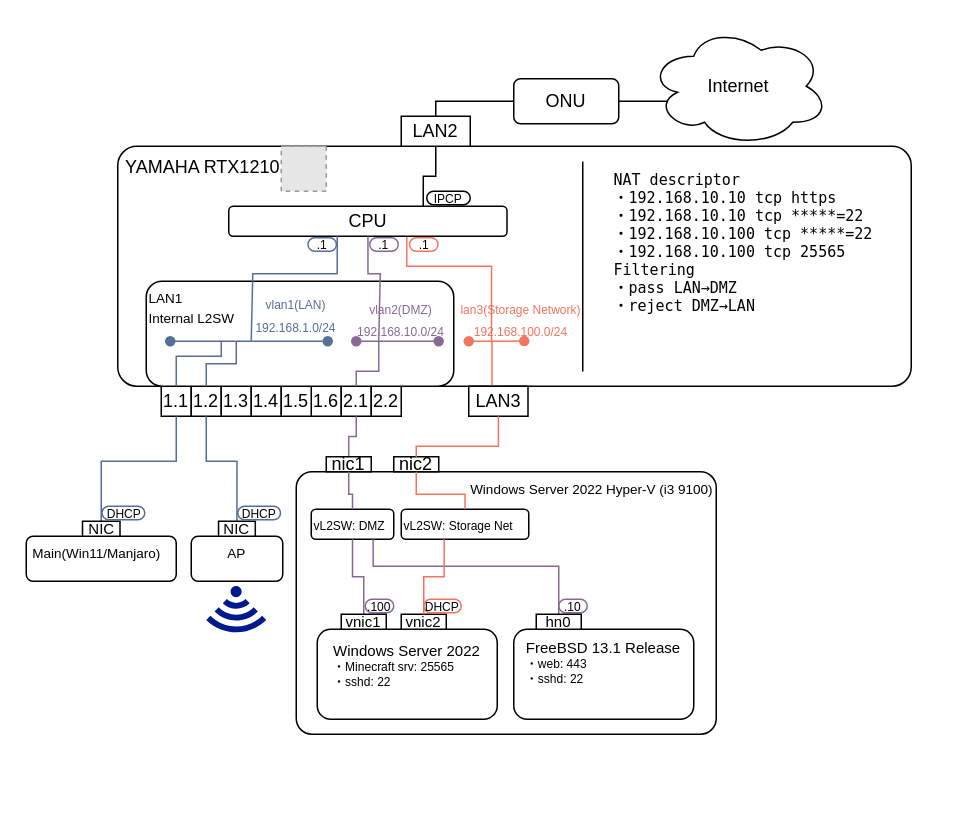
Above: img/homeRTX.drawio in skpub/portfolio_sato_kaito (draw.io), before the change. Source tidied: cells renumbered, new cells numbered last; positions are measured from the earlier drawing's top-left corner, leaving out a move shared by most shapes. Both pictures are drawn from the tidied source at 150%, with x=0, y=0 at pixel (26, 26). Pictures stored in the file or linked from it are replaced by grey dashed boxes.
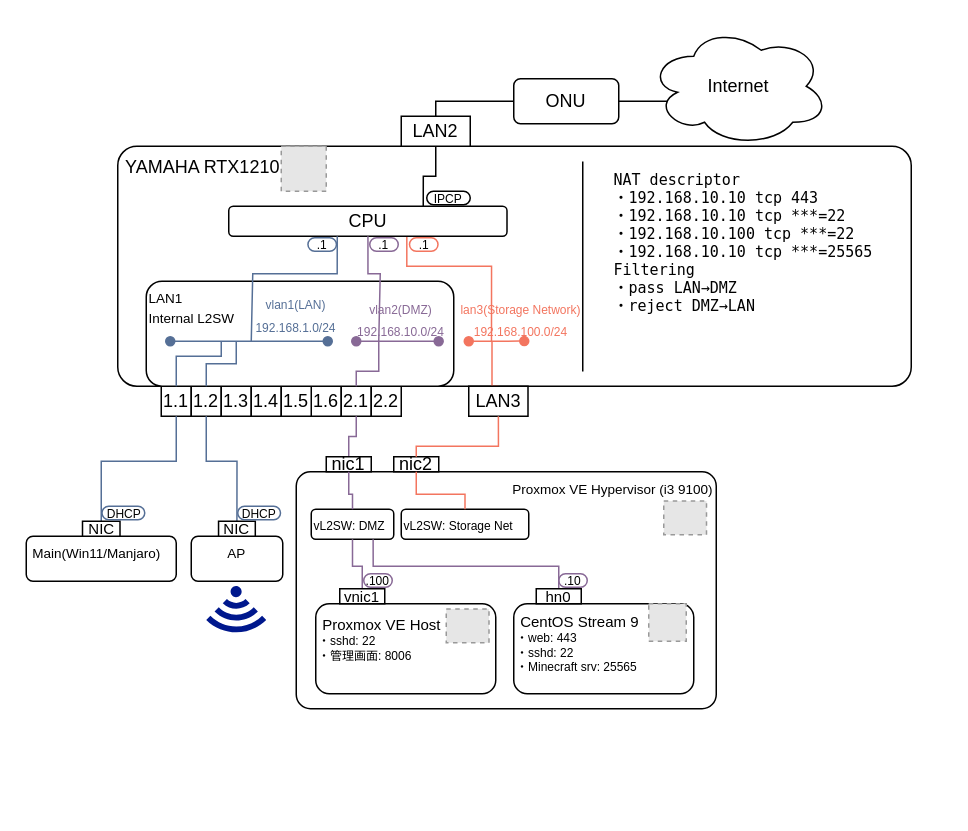
The same page after the edit.

Commit message (it also covers changes not shown here):
できることページにおいて、文章をちょっと追加してネットワーク図のロゴを追加した。

Unchanged cells that the change refers to:
```xml
<mxCell id="55" value="&lt;div style=&quot;font-size: 10px;&quot; align=&quot;left&quot;&gt;&lt;font style=&quot;font-size: 8px;&quot;&gt;vL2SW: DMZ&lt;/font&gt;&lt;/div&gt;" style="rounded=1;whiteSpace=wrap;html=1;align=left;" parent="54" vertex="1">
  <mxGeometry width="55" height="20" as="geometry" />
</mxCell>
<mxCell id="66" value="&lt;font style=&quot;font-size: 8px;&quot;&gt;vL2SW: Storage Net&lt;br&gt;&lt;/font&gt;" style="rounded=1;whiteSpace=wrap;html=1;align=left;" parent="65" vertex="1">
  <mxGeometry width="85" height="20" as="geometry" />
</mxCell>
```

The edit, as a diff of the source:
```diff
@@
-    <mxCell id="33" value="&lt;div style=&quot;font-size: 10px;&quot;&gt;&lt;font style=&quot;font-size: 10px;&quot; face=&quot;Lucida Console&quot;&gt;NAT descriptor&lt;/font&gt;&lt;/div&gt;&lt;div style=&quot;font-size: 10px;&quot;&gt;&lt;font style=&quot;font-size: 10px;&quot; face=&quot;Lucida Console&quot;&gt;・192.168.10.10 tcp https&lt;/font&gt;&lt;/div&gt;&lt;div style=&quot;font-size: 10px;&quot;&gt;&lt;font style=&quot;font-size: 10px;&quot; face=&quot;Lucida Console&quot;&gt;・192.168.10.10 tcp *****=22&lt;/font&gt;&lt;/div&gt;&lt;div style=&quot;font-size: 10px;&quot;&gt;&lt;font style=&quot;font-size: 10px;&quot; face=&quot;Lucida Console&quot;&gt;・192.168.10.100 tcp *****=22&lt;/font&gt;&lt;/div&gt;&lt;div style=&quot;font-size: 10px;&quot;&gt;&lt;font style=&quot;font-size: 10px;&quot; face=&quot;Lucida Console&quot;&gt;・192.168.10.100 tcp 25565&lt;br&gt;&lt;/font&gt;&lt;/div&gt;&lt;div style=&quot;font-size: 10px;&quot;&gt;&lt;font style=&quot;font-size: 10px;&quot; face=&quot;Lucida Console&quot;&gt;Filtering&lt;/font&gt;&lt;/div&gt;&lt;div style=&quot;font-size: 10px;&quot;&gt;&lt;font style=&quot;font-size: 10px;&quot; face=&quot;Lucida Console&quot;&gt;・pass LAN→DMZ&lt;/font&gt;&lt;/div&gt;&lt;div style=&quot;font-size: 10px;&quot;&gt;&lt;font style=&quot;font-size: 10px;&quot; face=&quot;Lucida Console&quot;&gt;・reject DMZ→LAN&lt;br style=&quot;font-size: 10px;&quot;&gt;&lt;/font&gt;&lt;/div&gt;" style="text;html=1;strokeColor=none;fillColor=none;align=left;verticalAlign=top;whiteSpace=wrap;rounded=0;fontSize=10;" parent="1" vertex="1">
+    <mxCell id="33" value="&lt;div style=&quot;font-size: 10px;&quot;&gt;&lt;font style=&quot;font-size: 10px;&quot; face=&quot;Lucida Console&quot;&gt;NAT descriptor&lt;/font&gt;&lt;/div&gt;&lt;div style=&quot;font-size: 10px;&quot;&gt;&lt;font style=&quot;font-size: 10px;&quot; face=&quot;Lucida Console&quot;&gt;・192.168.10.10 tcp 443&lt;br&gt;&lt;/font&gt;&lt;/div&gt;&lt;div style=&quot;font-size: 10px;&quot;&gt;&lt;font style=&quot;font-size: 10px;&quot; face=&quot;Lucida Console&quot;&gt;・192.168.10.10 tcp ***=22&lt;/font&gt;&lt;/div&gt;&lt;div style=&quot;font-size: 10px;&quot;&gt;&lt;font style=&quot;font-size: 10px;&quot; face=&quot;Lucida Console&quot;&gt;・192.168.10.100 tcp ***=22&lt;/font&gt;&lt;/div&gt;&lt;div style=&quot;font-size: 10px;&quot;&gt;&lt;font style=&quot;font-size: 10px;&quot; face=&quot;Lucida Console&quot;&gt;・192.168.10.10 tcp ***=25565&lt;br&gt;&lt;/font&gt;&lt;/div&gt;&lt;div style=&quot;font-size: 10px;&quot;&gt;&lt;font style=&quot;font-size: 10px;&quot; face=&quot;Lucida Console&quot;&gt;Filtering&lt;/font&gt;&lt;/div&gt;&lt;div style=&quot;font-size: 10px;&quot;&gt;&lt;font style=&quot;font-size: 10px;&quot; face=&quot;Lucida Console&quot;&gt;・pass LAN→DMZ&lt;/font&gt;&lt;/div&gt;&lt;div style=&quot;font-size: 10px;&quot;&gt;&lt;font style=&quot;font-size: 10px;&quot; face=&quot;Lucida Console&quot;&gt;・reject DMZ→LAN&lt;br style=&quot;font-size: 10px;&quot;&gt;&lt;/font&gt;&lt;/div&gt;" style="text;html=1;strokeColor=none;fillColor=none;align=left;verticalAlign=top;whiteSpace=wrap;rounded=0;fontSize=10;" parent="1" vertex="1">
       <mxGeometry x="390" y="90" width="220" height="130" as="geometry" />
     </mxCell>
@@
     <mxCell id="47" style="group;verticalAlign=top;" parent="1" vertex="1">
-      <mxGeometry x="180" y="300" width="280" height="205" as="geometry" />
+      <mxGeometry x="180" y="300" width="316" height="219" as="geometry" />
     </mxCell>
     <mxCell id="48" style="group;fontColor=#556F96;align=right;fontSize=10;" parent="47" vertex="1">
-      <mxGeometry width="280" height="205" as="geometry" />
+      <mxGeometry width="316" height="219" as="geometry" />
     </mxCell>
-    <mxCell id="49" value="&lt;div style=&quot;font-size: 9px;&quot; align=&quot;right&quot;&gt;&lt;font style=&quot;font-size: 9px;&quot;&gt;&amp;nbsp;&lt;font style=&quot;font-size: 9px;&quot;&gt;Windows Server 2022 Hyper-V (i3 9100)&lt;/font&gt;&lt;br&gt;&lt;/font&gt;&lt;/div&gt;" style="rounded=1;whiteSpace=wrap;html=1;align=right;verticalAlign=top;arcSize=6;" parent="48" vertex="1">
-      <mxGeometry y="-3" width="280" height="175" as="geometry" />
+    <mxCell id="49" value="&lt;div style=&quot;font-size: 9px;&quot; align=&quot;right&quot;&gt;&lt;font style=&quot;font-size: 9px;&quot;&gt;&amp;nbsp;&lt;font style=&quot;font-size: 9px;&quot;&gt;Proxmox VE Hypervisor (i3 9100)&lt;/font&gt;&lt;br&gt;&lt;/font&gt;&lt;/div&gt;" style="rounded=1;whiteSpace=wrap;html=1;align=right;verticalAlign=top;arcSize=6;" parent="48" vertex="1">
+      <mxGeometry y="-3" width="280" height="158" as="geometry" />
     </mxCell>
@@
     <mxCell id="51" value="&lt;div style=&quot;font-size: 8px;&quot; align=&quot;center&quot;&gt;&lt;font color=&quot;#000000&quot;&gt;.100&lt;/font&gt;&lt;/div&gt;" style="rounded=1;whiteSpace=wrap;html=1;arcSize=50;align=center;verticalAlign=middle;fontSize=8;strokeColor=#886996;fontColor=#556F96;" parent="48" vertex="1">
-      <mxGeometry x="46" y="82" width="19" height="9" as="geometry" />
+      <mxGeometry x="45" y="65" width="19" height="9" as="geometry" />
     </mxCell>
@@
     <mxCell id="53" value="&lt;div style=&quot;font-size: 8px;&quot; align=&quot;center&quot;&gt;&lt;font color=&quot;#000000&quot;&gt;.10&lt;/font&gt;&lt;/div&gt;" style="rounded=1;whiteSpace=wrap;html=1;arcSize=50;align=center;verticalAlign=middle;fontSize=8;strokeColor=#886996;fontColor=#556F96;" parent="48" vertex="1">
-      <mxGeometry x="175" y="82" width="19" height="9" as="geometry" />
+      <mxGeometry x="175" y="65" width="19" height="9" as="geometry" />
     </mxCell>
@@
-    <mxCell id="57" value="&lt;div align=&quot;left&quot;&gt;&lt;font style=&quot;font-size: 10px;&quot;&gt;Windows Server 2022&lt;/font&gt;&lt;/div&gt;&lt;div style=&quot;font-size: 8px;&quot; align=&quot;left&quot;&gt;・Minecraft srv: 25565&lt;/div&gt;&lt;div style=&quot;font-size: 8px;&quot; align=&quot;left&quot;&gt;・sshd: 22&lt;br&gt;&lt;/div&gt;" style="rounded=1;whiteSpace=wrap;html=1;verticalAlign=top;" parent="48" vertex="1">
-      <mxGeometry x="14" y="102" width="120" height="60" as="geometry" />
+    <mxCell id="57" value="&lt;div align=&quot;left&quot;&gt;&lt;font style=&quot;font-size: 10px;&quot;&gt;&amp;nbsp;Proxmox VE Host&lt;br&gt;&lt;/font&gt;&lt;/div&gt;&lt;div style=&quot;font-size: 8px;&quot; align=&quot;left&quot;&gt;・sshd: 22&lt;/div&gt;&lt;div style=&quot;font-size: 8px;&quot; align=&quot;left&quot;&gt;・管理画面: 8006&lt;br&gt;&lt;/div&gt;" style="rounded=1;whiteSpace=wrap;html=1;verticalAlign=top;align=left;" parent="48" vertex="1">
+      <mxGeometry x="13" y="85" width="120" height="60" as="geometry" />
     </mxCell>
-    <mxCell id="58" value="&lt;div style=&quot;font-size: 10px;&quot;&gt;&lt;font style=&quot;font-size: 10px;&quot;&gt;FreeBSD 13.1 Release&lt;br&gt;&lt;/font&gt;&lt;/div&gt;&lt;div style=&quot;font-size: 8px;&quot; align=&quot;left&quot;&gt;・web: 443&lt;br&gt;&lt;/div&gt;&lt;div style=&quot;font-size: 8px;&quot; align=&quot;left&quot;&gt;・sshd: 22&lt;br&gt;&lt;/div&gt;" style="rounded=1;whiteSpace=wrap;html=1;verticalAlign=top;align=center;" parent="48" vertex="1">
-      <mxGeometry x="145" y="102" width="120" height="60" as="geometry" />
+    <mxCell id="58" value="&lt;div style=&quot;font-size: 10px;&quot; align=&quot;left&quot;&gt;&lt;font style=&quot;font-size: 10px;&quot;&gt;&amp;nbsp;CentOS Stream 9&lt;br&gt;&lt;/font&gt;&lt;/div&gt;&lt;div style=&quot;font-size: 8px;&quot; align=&quot;left&quot;&gt;・web: 443&lt;br&gt;&lt;/div&gt;&lt;div style=&quot;font-size: 8px;&quot; align=&quot;left&quot;&gt;・sshd: 22&lt;/div&gt;&lt;div style=&quot;font-size: 8px;&quot; align=&quot;left&quot;&gt;・Minecraft srv: 25565&lt;br&gt;&lt;/div&gt;" style="rounded=1;whiteSpace=wrap;html=1;verticalAlign=top;align=left;gradientColor=none;" parent="48" vertex="1">
+      <mxGeometry x="145" y="85" width="120" height="60" as="geometry" />
     </mxCell>
     <mxCell id="59" style="edgeStyle=orthogonalEdgeStyle;rounded=0;jettySize=auto;html=1;exitX=0.5;exitY=0;exitDx=0;exitDy=0;entryX=0.5;entryY=1;entryDx=0;entryDy=0;endArrow=none;endFill=0;strokeColor=#886996;" parent="48" edge="1" source="60" target="55">
-      <mxGeometry relative="1" as="geometry" />
+      <mxGeometry relative="1" as="geometry">
+        <Array as="points">
+          <mxPoint x="44" y="60" />
+          <mxPoint x="37" y="60" />
+        </Array>
+      </mxGeometry>
     </mxCell>
     <mxCell id="60" value="&lt;font size=&quot;1&quot;&gt;vnic1&lt;/font&gt;" style="rounded=0;whiteSpace=wrap;html=1;" parent="48" vertex="1">
-      <mxGeometry x="30" y="92" width="30" height="10" as="geometry" />
+      <mxGeometry x="29" y="75" width="30" height="10" as="geometry" />
     </mxCell>
-    <mxCell id="61" value="&lt;font size=&quot;1&quot;&gt;vnic2&lt;/font&gt;" style="rounded=0;whiteSpace=wrap;html=1;" parent="48" vertex="1">
-      <mxGeometry x="70" y="92" width="30" height="10" as="geometry" />
-    </mxCell>
@@
     <mxCell id="63" value="&lt;font size=&quot;1&quot;&gt;hn0&lt;/font&gt;" style="rounded=0;whiteSpace=wrap;html=1;" parent="48" vertex="1">
-      <mxGeometry x="160" y="92" width="30" height="10" as="geometry" />
+      <mxGeometry x="160" y="75" width="30" height="10" as="geometry" />
     </mxCell>
-    <mxCell id="64" value="&lt;font color=&quot;#000000&quot;&gt;DHCP&lt;/font&gt;" style="rounded=1;whiteSpace=wrap;html=1;arcSize=50;align=center;verticalAlign=middle;fontSize=8;strokeColor=#F3755F;fontColor=#556F96;" parent="48" vertex="1">
-      <mxGeometry x="85" y="82" width="25" height="9" as="geometry" />
-    </mxCell>
+    <mxCell id="75" style="fillColor=#E6E6E6;strokeColor=#999999;dashed=1;verticalLabelPosition=bottom;labelBackgroundColor=default;verticalAlign=top;" parent="48" vertex="1">
+      <mxGeometry x="235" y="85" width="25" height="25" as="geometry" />
+    </mxCell>
+    <mxCell id="76" style="fillColor=#E6E6E6;strokeColor=#999999;dashed=1;verticalLabelPosition=bottom;labelBackgroundColor=default;verticalAlign=top;" parent="48" vertex="1">
+      <mxGeometry x="100" y="88.5" width="28.5" height="22.5" as="geometry" />
+    </mxCell>
+    <mxCell id="77" style="fillColor=#E6E6E6;strokeColor=#999999;dashed=1;verticalLabelPosition=bottom;labelBackgroundColor=default;verticalAlign=top;" parent="48" vertex="1">
+      <mxGeometry x="245" y="16.5" width="28.5" height="22.5" as="geometry" />
+    </mxCell>
     <mxCell id="65" style="group;" parent="47" vertex="1">
-      <mxGeometry x="70" y="22" width="85" height="20" as="geometry" />
+      <mxGeometry x="70" y="22" width="216.6" height="148" as="geometry" />
     </mxCell>
@@
-    <mxCell id="68" style="edgeStyle=orthogonalEdgeStyle;rounded=0;jettySize=auto;html=1;exitX=0.5;exitY=0;exitDx=0;exitDy=0;entryX=0.337;entryY=1;entryDx=0;entryDy=0;entryPerimeter=0;endArrow=none;endFill=0;strokeColor=#F3755F;" parent="47" edge="1" source="61" target="66">
-      <mxGeometry relative="1" as="geometry" />
-    </mxCell>
```
